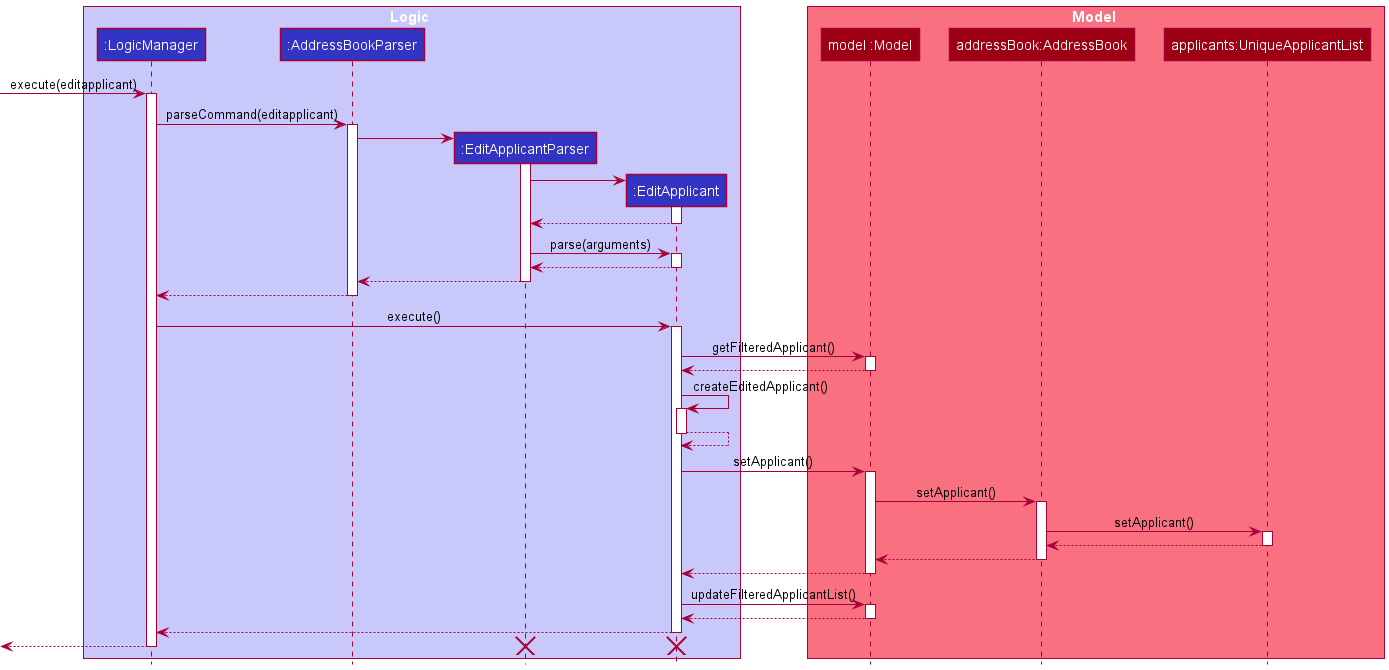
This is docs/images/EditApplicantSequenceDiagram.png from seanleong339/tp, a PlantUML export, as it was before one commit.
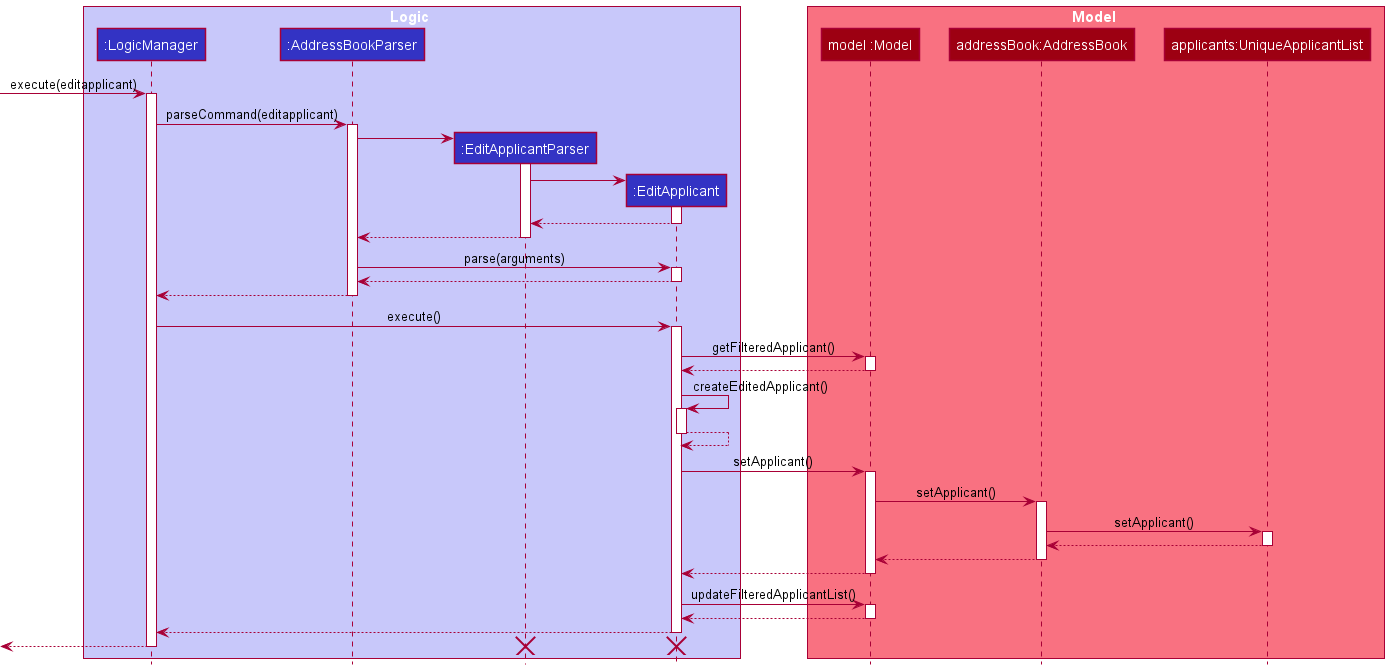
After the change.

Commit message:
Update DG for implementation for EditApplicant

Mistake in the Sequence Diagram

Diff of the diagram source:
```diff
@@ -31,14 +31,14 @@
 EditApplicant --> EditApplicantParser
 deactivate EditApplicant
 
-EditApplicantParser -> EditApplicant : parse(arguments)
+EditApplicantParser --> AddressBookParser
+deactivate EditApplicantParser
+
+AddressBookParser -> EditApplicant : parse(arguments)
 activate EditApplicant
 
-EditApplicant --> EditApplicantParser
+EditApplicant --> AddressBookParser
 deactivate EditApplicant
-
-EditApplicantParser --> AddressBookParser
-deactivate EditApplicantParser
 
 AddressBookParser --> LogicManager
 deactivate AddressBookParser
```
